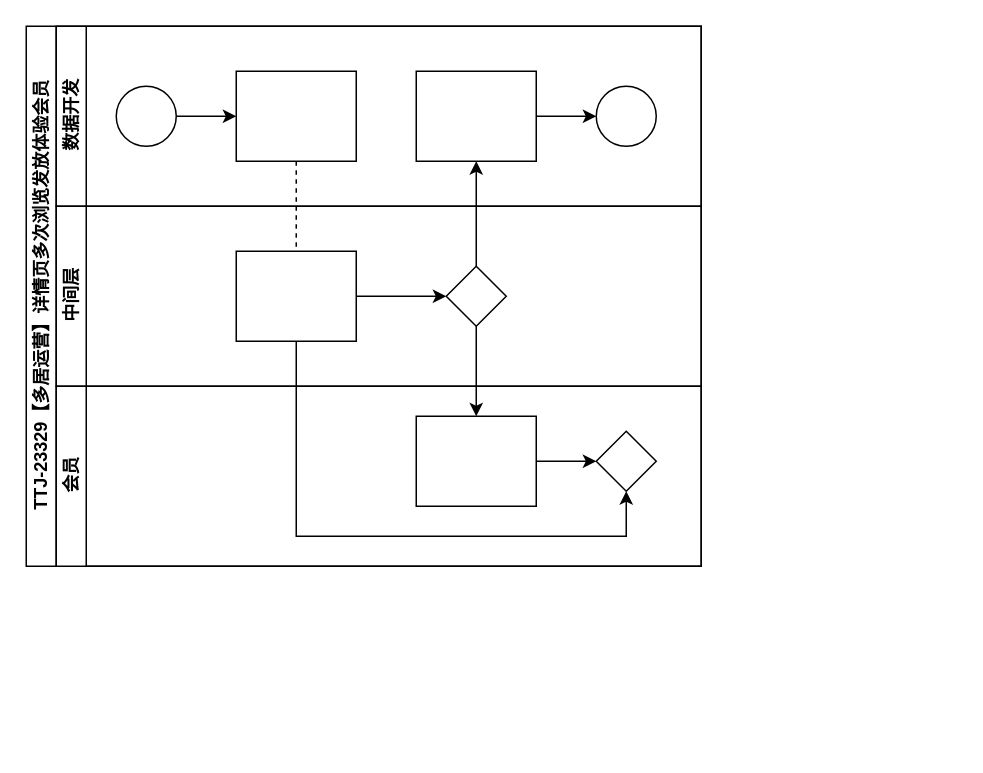
This is Untitled Diagram.drawio from gptbert/awesome-totally-open-chatgpt, a draw.io file, before an edit. Source tidied: cells renumbered, new cells numbered last; positions are measured from the earlier drawing's top-left corner, leaving out a move shared by most shapes. Both pictures are drawn from the tidied source at 150%, with x=0, y=0 at pixel (26, 26).
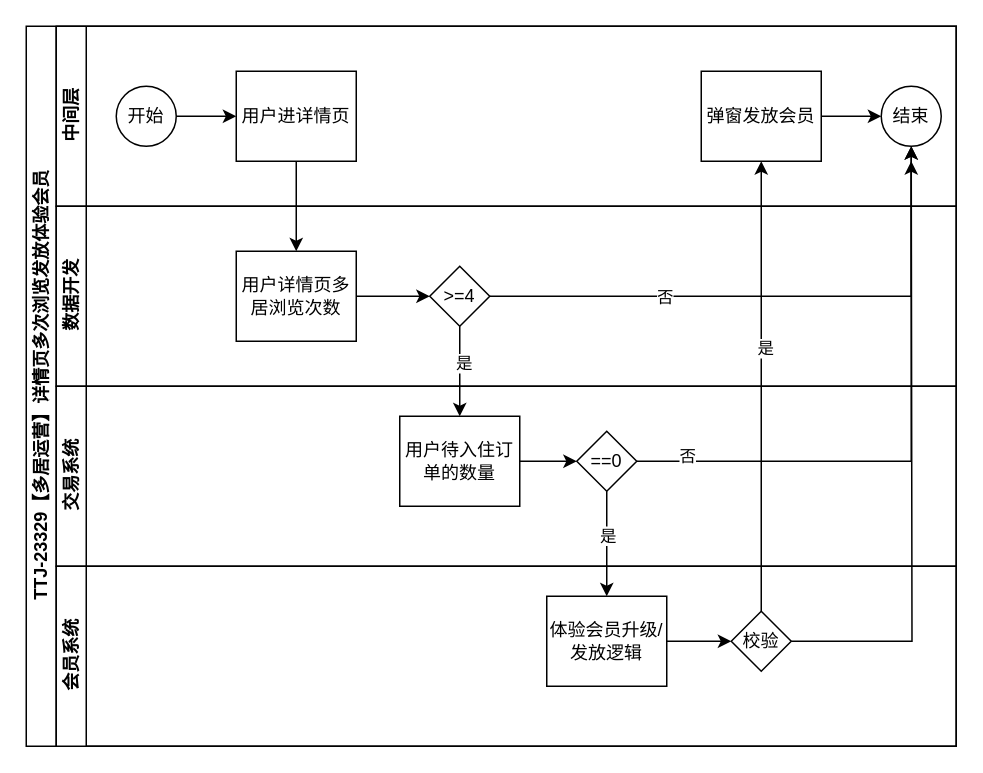
The same diagram, later.

What changed in the source:
```diff
@@
     <mxCell id="2" value="TTJ-23329【多居运营】详情页多次浏览发放体验会员" style="swimlane;html=1;horizontal=0;startSize=20;" parent="1" vertex="1">
-      <mxGeometry width="450" height="360" as="geometry" />
+      <mxGeometry width="620" height="480" as="geometry" />
     </mxCell>
-    <mxCell id="3" style="edgeStyle=orthogonalEdgeStyle;rounded=0;jettySize=auto;html=1;dashed=1;endArrow=none;endFill=0;" parent="2" edge="1" source="10" target="16">
-      <mxGeometry relative="1" as="geometry" />
-    </mxCell>
-    <mxCell id="4" style="edgeStyle=orthogonalEdgeStyle;rounded=0;jettySize=auto;html=1;endArrow=classic;endFill=1;" parent="2" edge="1" source="17" target="12">
-      <mxGeometry relative="1" as="geometry" />
-    </mxCell>
-    <mxCell id="5" style="edgeStyle=orthogonalEdgeStyle;rounded=0;jettySize=auto;html=1;endArrow=classic;endFill=1;" parent="2" edge="1" source="17" target="20">
-      <mxGeometry relative="1" as="geometry" />
-    </mxCell>
-    <mxCell id="6" style="edgeStyle=orthogonalEdgeStyle;rounded=0;jettySize=auto;html=1;endArrow=classic;endFill=1;" parent="2" edge="1" source="16" target="21">
-      <mxGeometry relative="1" as="geometry">
-        <Array as="points">
-          <mxPoint x="180" y="340" />
-          <mxPoint x="400" y="340" />
-        </Array>
-      </mxGeometry>
-    </mxCell>
-    <mxCell id="7" value="数据开发" style="swimlane;html=1;startSize=20;horizontal=0;" parent="2" vertex="1">
-      <mxGeometry x="20" width="430" height="120" as="geometry" />
+    <mxCell id="7" value="中间层" style="swimlane;html=1;startSize=20;horizontal=0;" parent="2" vertex="1">
+      <mxGeometry x="20" width="600" height="120" as="geometry" />
     </mxCell>
@@
-    <mxCell id="9" style="ellipse;whiteSpace=wrap;html=1;" parent="7" vertex="1">
+    <mxCell id="9" value="开始" style="ellipse;whiteSpace=wrap;html=1;" parent="7" vertex="1">
       <mxGeometry x="40" y="40" width="40" height="40" as="geometry" />
     </mxCell>
-    <mxCell id="10" style="rounded=0;whiteSpace=wrap;html=1;fontFamily=Helvetica;fontSize=12;fontColor=#000000;align=center;" parent="7" vertex="1">
+    <mxCell id="10" value="用户进详情页" style="rounded=0;whiteSpace=wrap;html=1;fontFamily=Helvetica;fontSize=12;fontColor=#000000;align=center;" parent="7" vertex="1">
       <mxGeometry x="120" y="30" width="80" height="60" as="geometry" />
     </mxCell>
-    <mxCell id="11" style="edgeStyle=orthogonalEdgeStyle;rounded=0;jettySize=auto;html=1;endArrow=classic;endFill=1;" parent="7" edge="1" source="12" target="13">
-      <mxGeometry relative="1" as="geometry" />
-    </mxCell>
-    <mxCell id="12" style="rounded=0;whiteSpace=wrap;html=1;fontFamily=Helvetica;fontSize=12;fontColor=#000000;align=center;" parent="7" vertex="1">
-      <mxGeometry x="240" y="30" width="80" height="60" as="geometry" />
+    <mxCell id="12" value="弹窗发放会员" style="rounded=0;whiteSpace=wrap;html=1;fontFamily=Helvetica;fontSize=12;fontColor=#000000;align=center;" parent="7" vertex="1">
+      <mxGeometry x="430" y="30" width="80" height="60" as="geometry" />
     </mxCell>
-    <mxCell id="13" style="ellipse;whiteSpace=wrap;html=1;" parent="7" vertex="1">
-      <mxGeometry x="360" y="40" width="40" height="40" as="geometry" />
+    <mxCell id="13" value="结束" style="ellipse;whiteSpace=wrap;html=1;" parent="7" vertex="1">
+      <mxGeometry x="550" y="40" width="40" height="40" as="geometry" />
     </mxCell>
+    <mxCell id="11" style="edgeStyle=orthogonalEdgeStyle;rounded=0;jettySize=auto;html=1;endArrow=classic;endFill=1;" parent="7" edge="1" source="12" target="13">
+      <mxGeometry relative="1" as="geometry" />
+    </mxCell>
-    <mxCell id="14" value="中间层" style="swimlane;html=1;startSize=20;horizontal=0;" parent="2" vertex="1">
-      <mxGeometry x="20" y="120" width="430" height="120" as="geometry" />
+    <mxCell id="14" value="数据开发" style="swimlane;html=1;startSize=20;horizontal=0;" parent="2" vertex="1">
+      <mxGeometry x="20" y="120" width="600" height="120" as="geometry" />
     </mxCell>
@@
-    <mxCell id="16" style="rounded=0;whiteSpace=wrap;html=1;fontFamily=Helvetica;fontSize=12;fontColor=#000000;align=center;" parent="14" vertex="1">
+    <mxCell id="16" value="用户详情页多居浏览次数" style="rounded=0;whiteSpace=wrap;html=1;fontFamily=Helvetica;fontSize=12;fontColor=#000000;align=center;" parent="14" vertex="1">
       <mxGeometry x="120" y="30" width="80" height="60" as="geometry" />
     </mxCell>
-    <mxCell id="17" style="rhombus;whiteSpace=wrap;html=1;fontFamily=Helvetica;fontSize=12;fontColor=#000000;align=center;" parent="14" vertex="1">
-      <mxGeometry x="260" y="40" width="40" height="40" as="geometry" />
+    <mxCell id="17" value="&amp;gt;=4" style="rhombus;whiteSpace=wrap;html=1;fontFamily=Helvetica;fontSize=12;fontColor=#000000;align=center;" parent="14" vertex="1">
+      <mxGeometry x="249" y="40" width="40" height="40" as="geometry" />
     </mxCell>
+    <mxCell id="22" value="交易系统" style="swimlane;html=1;startSize=20;horizontal=0;" parent="2" vertex="1">
+      <mxGeometry x="20" y="240" width="600" height="120" as="geometry" />
+    </mxCell>
+    <mxCell id="23" style="edgeStyle=orthogonalEdgeStyle;rounded=0;jettySize=auto;html=1;endArrow=classic;endFill=1;" parent="22" edge="1" source="24" target="25">
+      <mxGeometry relative="1" as="geometry" />
+    </mxCell>
+    <mxCell id="24" value="用户待入住订单的数量" style="rounded=0;whiteSpace=wrap;html=1;fontFamily=Helvetica;fontSize=12;fontColor=#000000;align=center;" parent="22" vertex="1">
+      <mxGeometry x="229" y="20" width="80" height="60" as="geometry" />
+    </mxCell>
+    <mxCell id="25" value="==0" style="rhombus;whiteSpace=wrap;html=1;fontFamily=Helvetica;fontSize=12;fontColor=#000000;align=center;" parent="22" vertex="1">
+      <mxGeometry x="347" y="30" width="40" height="40" as="geometry" />
+    </mxCell>
-    <mxCell id="18" value="会员" style="swimlane;html=1;startSize=20;horizontal=0;" parent="2" vertex="1">
-      <mxGeometry x="20" y="240" width="430" height="120" as="geometry" />
+    <mxCell id="18" value="会员系统" style="swimlane;html=1;startSize=20;horizontal=0;" parent="2" vertex="1">
+      <mxGeometry x="20" y="360" width="600" height="120" as="geometry" />
     </mxCell>
-    <mxCell id="19" style="edgeStyle=orthogonalEdgeStyle;rounded=0;jettySize=auto;html=1;endArrow=classic;endFill=1;" parent="18" edge="1" source="20" target="21">
-      <mxGeometry relative="1" as="geometry" />
-    </mxCell>
+    <mxCell id="26" style="edgeStyle=orthogonalEdgeStyle;rounded=0;jettySize=auto;html=1;" parent="18" edge="1" source="20" target="28">
+      <mxGeometry relative="1" as="geometry" />
+    </mxCell>
-    <mxCell id="20" style="rounded=0;whiteSpace=wrap;html=1;fontFamily=Helvetica;fontSize=12;fontColor=#000000;align=center;" parent="18" vertex="1">
-      <mxGeometry x="240" y="20" width="80" height="60" as="geometry" />
+    <mxCell id="20" value="体验会员升级/发放逻辑" style="rounded=0;whiteSpace=wrap;html=1;fontFamily=Helvetica;fontSize=12;fontColor=#000000;align=center;" parent="18" vertex="1">
+      <mxGeometry x="327" y="20" width="80" height="60" as="geometry" />
     </mxCell>
-    <mxCell id="21" style="rhombus;whiteSpace=wrap;html=1;fontFamily=Helvetica;fontSize=12;fontColor=#000000;align=center;" parent="18" vertex="1">
-      <mxGeometry x="360" y="30" width="40" height="40" as="geometry" />
-    </mxCell>
+    <mxCell id="27" style="edgeStyle=orthogonalEdgeStyle;rounded=0;jettySize=auto;html=1;exitX=1;exitY=0.5;exitDx=0;exitDy=0;" parent="18" edge="1" source="28">
+      <mxGeometry relative="1" as="geometry">
+        <mxPoint x="570" y="-270" as="targetPoint" />
+      </mxGeometry>
+    </mxCell>
+    <mxCell id="28" value="校验" style="rhombus;whiteSpace=wrap;html=1;fontFamily=Helvetica;fontSize=12;fontColor=#000000;align=center;" parent="18" vertex="1">
+      <mxGeometry x="450" y="30" width="40" height="40" as="geometry" />
+    </mxCell>
+    <mxCell id="3" style="edgeStyle=orthogonalEdgeStyle;rounded=0;jettySize=auto;html=1;" parent="2" edge="1" source="10" target="16">
+      <mxGeometry relative="1" as="geometry" />
+    </mxCell>
+    <mxCell id="29" style="edgeStyle=orthogonalEdgeStyle;rounded=0;jettySize=auto;html=1;" parent="2" edge="1" source="17" target="24">
+      <mxGeometry relative="1" as="geometry" />
+    </mxCell>
+    <mxCell id="30" value="是" style="edgeLabel;html=1;align=center;verticalAlign=middle;" parent="29" vertex="1">
+      <mxGeometry x="-0.21" y="2" relative="1" as="geometry" />
+    </mxCell>
+    <mxCell id="31" style="edgeStyle=orthogonalEdgeStyle;rounded=0;jettySize=auto;html=1;" parent="2" edge="1" source="25" target="20">
+      <mxGeometry relative="1" as="geometry" />
+    </mxCell>
+    <mxCell id="32" value="是" style="edgeLabel;html=1;align=center;verticalAlign=middle;" parent="31" vertex="1">
+      <mxGeometry x="-0.16" relative="1" as="geometry" />
+    </mxCell>
+    <mxCell id="33" style="edgeStyle=orthogonalEdgeStyle;rounded=0;jettySize=auto;html=1;" parent="2" edge="1" source="28" target="12">
+      <mxGeometry relative="1" as="geometry" />
+    </mxCell>
+    <mxCell id="34" value="是" style="edgeLabel;html=1;align=center;verticalAlign=middle;" parent="33" vertex="1">
+      <mxGeometry x="0.17" y="-2" relative="1" as="geometry" />
+    </mxCell>
+    <mxCell id="35" style="edgeStyle=orthogonalEdgeStyle;rounded=0;jettySize=auto;html=1;exitX=1;exitY=0.5;exitDx=0;exitDy=0;" parent="2" edge="1" source="17" target="13">
+      <mxGeometry relative="1" as="geometry" />
+    </mxCell>
+    <mxCell id="36" value="否" style="edgeLabel;html=1;align=center;verticalAlign=middle;" parent="35" vertex="1">
+      <mxGeometry x="-0.39" relative="1" as="geometry" />
+    </mxCell>
+    <mxCell id="37" style="edgeStyle=orthogonalEdgeStyle;rounded=0;jettySize=auto;html=1;entryX=0.5;entryY=1;entryDx=0;entryDy=0;" parent="2" edge="1" source="25" target="13">
+      <mxGeometry relative="1" as="geometry" />
+    </mxCell>
+    <mxCell id="38" value="否" style="edgeLabel;html=1;align=center;verticalAlign=middle;" parent="37" vertex="1">
+      <mxGeometry x="-0.83" y="4" relative="1" as="geometry" />
+    </mxCell>
```
